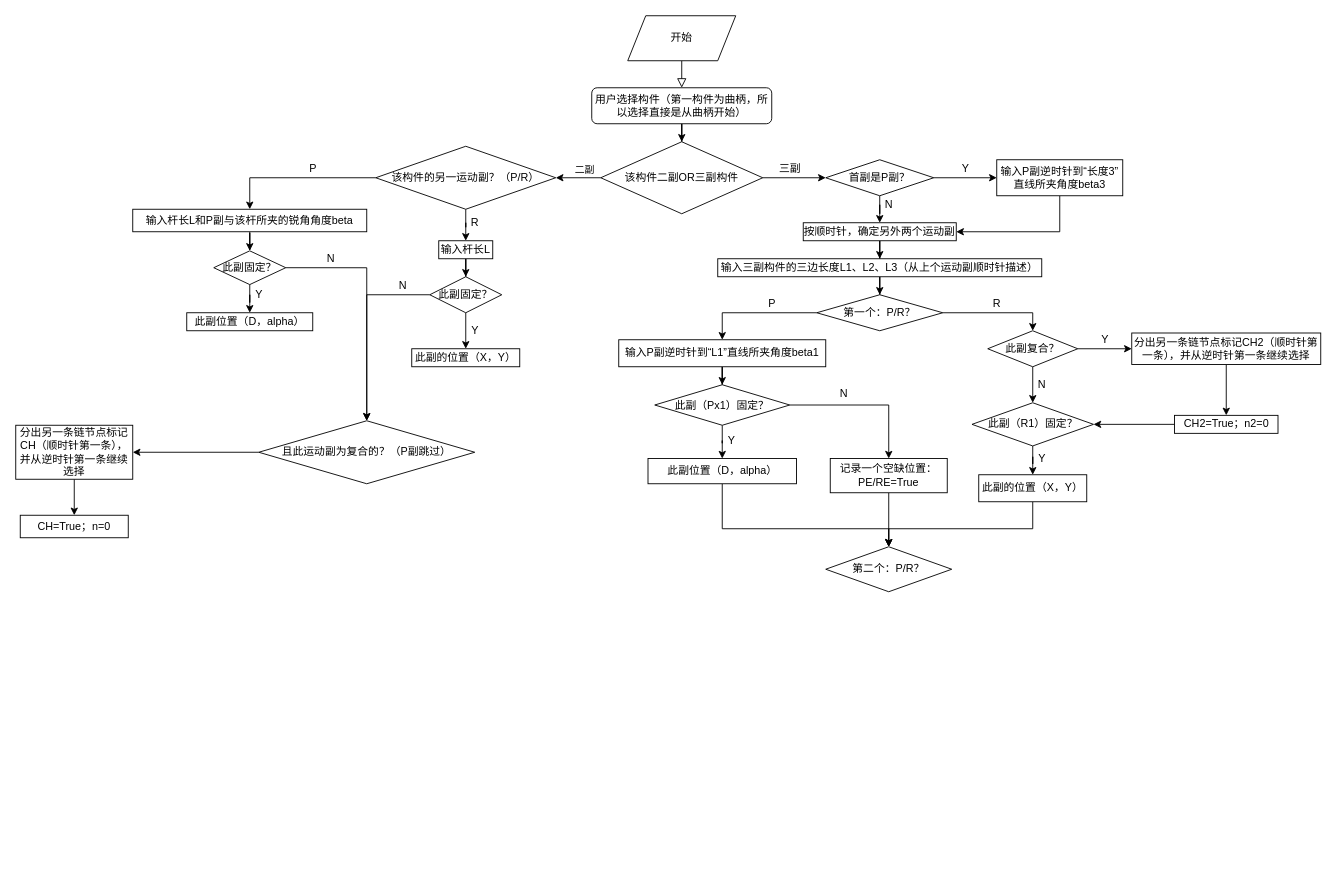
XAVI-Hu/Automatic-modeling-of-CAD-variation-geometry keeps this draw.io diagram as Untitled Diagram.drawio. Above is the earlier version. Source tidied: cells renumbered, new cells numbered last; positions are measured from the earlier drawing's top-left corner, leaving out a move shared by most shapes. Both pictures are drawn from the tidied source at 90%, with x=0, y=0 at pixel (15, 15).
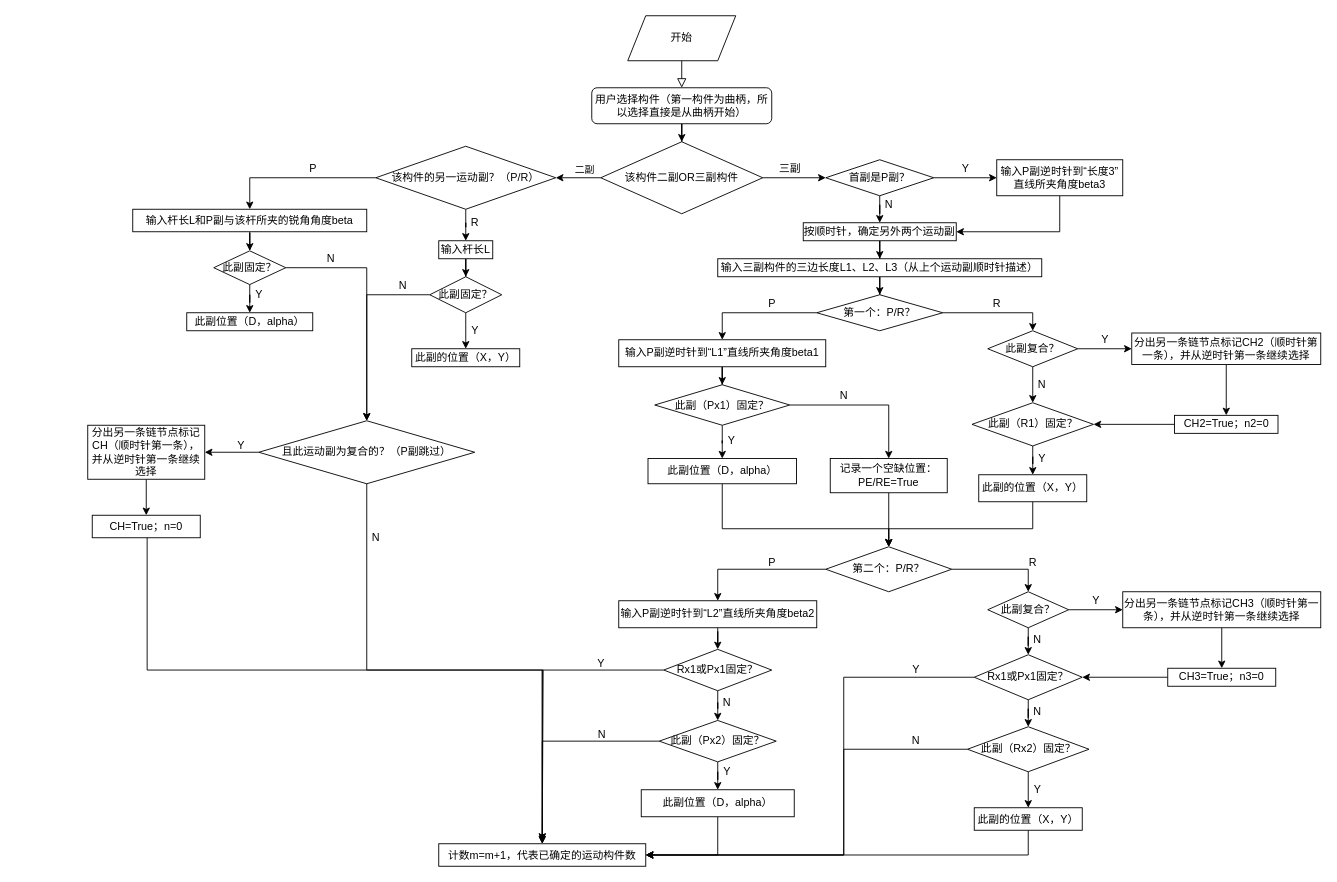
After the change.

The change refers to these unchanged cells:
```xml
<mxCell id="78" value="第二个：P/R？" style="rhombus;whiteSpace=wrap;html=1;rounded=0;" parent="1" vertex="1">
  <mxGeometry x="900" y="590" width="140" height="50" as="geometry" />
</mxCell>
```

Change to the diagram source:
```diff
@@
+    <mxCell id="81" style="edgeStyle=orthogonalEdgeStyle;rounded=0;orthogonalLoop=1;jettySize=auto;html=1;exitX=0.5;exitY=1;exitDx=0;exitDy=0;entryX=0.5;entryY=0;entryDx=0;entryDy=0;" parent="1" edge="1">
+      <mxGeometry relative="1" as="geometry">
+        <mxPoint x="390" y="517" as="sourcePoint" />
+        <mxPoint x="585" y="917" as="targetPoint" />
+        <Array as="points">
+          <mxPoint x="390" y="727" />
+          <mxPoint x="585" y="727" />
+        </Array>
+      </mxGeometry>
+    </mxCell>
@@
     <mxCell id="48" value="分出另一条链节点标记CH（顺时针第一条），并从逆时针第一条继续选择" style="whiteSpace=wrap;html=1;" parent="1" vertex="1">
-      <mxGeometry y="455" width="130" height="60" as="geometry" />
+      <mxGeometry x="80" y="455" width="130" height="60" as="geometry" />
     </mxCell>
+    <mxCell id="82" style="edgeStyle=orthogonalEdgeStyle;rounded=0;orthogonalLoop=1;jettySize=auto;html=1;exitX=0.5;exitY=1;exitDx=0;exitDy=0;entryX=0.5;entryY=0;entryDx=0;entryDy=0;" parent="1" edge="1">
+      <mxGeometry relative="1" as="geometry">
+        <mxPoint x="146" y="577" as="sourcePoint" />
+        <mxPoint x="585" y="917" as="targetPoint" />
+        <Array as="points">
+          <mxPoint x="146" y="727" />
+          <mxPoint x="586" y="727" />
+        </Array>
+      </mxGeometry>
+    </mxCell>
     <mxCell id="49" value="CH=True；n=0" style="whiteSpace=wrap;html=1;" parent="1" vertex="1">
-      <mxGeometry x="5" y="555" width="120" height="25" as="geometry" />
+      <mxGeometry x="85" y="555" width="120" height="25" as="geometry" />
     </mxCell>
@@
     <mxCell id="68" value="N" style="text;html=1;align=center;verticalAlign=middle;" parent="1" vertex="1">
-      <mxGeometry x="910" y="410" width="20" height="20" as="geometry" />
+      <mxGeometry x="910" y="412" width="20" height="20" as="geometry" />
     </mxCell>
@@
+    <mxCell id="83" style="edgeStyle=orthogonalEdgeStyle;rounded=0;jettySize=auto;html=1;" parent="1" edge="1" source="78" target="86">
+      <mxGeometry relative="1" as="geometry" />
+    </mxCell>
+    <mxCell id="84" style="edgeStyle=orthogonalEdgeStyle;rounded=0;jettySize=auto;html=1;entryX=0.5;entryY=0;entryDx=0;entryDy=0;" parent="1" edge="1" source="78" target="90">
+      <mxGeometry relative="1" as="geometry" />
+    </mxCell>
@@
+    <mxCell id="85" style="edgeStyle=orthogonalEdgeStyle;rounded=0;jettySize=auto;html=1;" parent="1" edge="1" source="86" target="111">
+      <mxGeometry relative="1" as="geometry" />
+    </mxCell>
+    <mxCell id="86" value="输入P副逆时针到“L2”直线所夹角度beta2" style="whiteSpace=wrap;html=1;rounded=0;" parent="1" vertex="1">
+      <mxGeometry x="670" y="650" width="220" height="30" as="geometry" />
+    </mxCell>
+    <mxCell id="87" value="P" style="text;html=1;align=center;verticalAlign=middle;" parent="1" vertex="1">
+      <mxGeometry x="830" y="598" width="20" height="20" as="geometry" />
+    </mxCell>
+    <mxCell id="88" style="edgeStyle=orthogonalEdgeStyle;rounded=0;jettySize=auto;html=1;" parent="1" edge="1" source="90" target="93">
+      <mxGeometry relative="1" as="geometry" />
+    </mxCell>
+    <mxCell id="89" style="edgeStyle=orthogonalEdgeStyle;rounded=0;jettySize=auto;html=1;" parent="1" edge="1" source="90" target="98">
+      <mxGeometry relative="1" as="geometry" />
+    </mxCell>
+    <mxCell id="90" value="此副复合？" style="rhombus;whiteSpace=wrap;html=1;rounded=0;" parent="1" vertex="1">
+      <mxGeometry x="1080" y="640" width="90" height="40" as="geometry" />
+    </mxCell>
+    <mxCell id="91" value="R" style="text;html=1;align=center;verticalAlign=middle;" parent="1" vertex="1">
+      <mxGeometry x="1120" y="598" width="20" height="20" as="geometry" />
+    </mxCell>
+    <mxCell id="92" style="edgeStyle=orthogonalEdgeStyle;rounded=0;jettySize=auto;html=1;" parent="1" edge="1" source="93" target="95">
+      <mxGeometry relative="1" as="geometry" />
+    </mxCell>
+    <mxCell id="93" value="分出另一条链节点标记CH3（顺时针第一条），并从逆时针第一条继续选择" style="whiteSpace=wrap;html=1;rounded=0;" parent="1" vertex="1">
+      <mxGeometry x="1230" y="640" width="220" height="40" as="geometry" />
+    </mxCell>
+    <mxCell id="94" style="edgeStyle=orthogonalEdgeStyle;rounded=0;jettySize=auto;html=1;exitX=0;exitY=0.5;exitDx=0;exitDy=0;entryX=1;entryY=0.5;entryDx=0;entryDy=0;" parent="1" edge="1" source="95" target="98">
+      <mxGeometry relative="1" as="geometry" />
+    </mxCell>
+    <mxCell id="95" value="CH3=True；n3=0" style="whiteSpace=wrap;html=1;rounded=0;" parent="1" vertex="1">
+      <mxGeometry x="1280" y="725" width="120" height="20" as="geometry" />
+    </mxCell>
+    <mxCell id="96" style="edgeStyle=orthogonalEdgeStyle;rounded=0;jettySize=auto;html=1;" parent="1" edge="1" source="98" target="103">
+      <mxGeometry relative="1" as="geometry" />
+    </mxCell>
+    <mxCell id="97" style="edgeStyle=orthogonalEdgeStyle;rounded=0;jettySize=auto;html=1;exitX=0;exitY=0.5;exitDx=0;exitDy=0;entryX=1;entryY=0.5;entryDx=0;entryDy=0;" parent="1" edge="1" source="98" target="108">
+      <mxGeometry relative="1" as="geometry">
+        <Array as="points">
+          <mxPoint x="920" y="735" />
+          <mxPoint x="920" y="933" />
+        </Array>
+      </mxGeometry>
+    </mxCell>
+    <mxCell id="98" value="Rx1或Px1固定？" style="rhombus;whiteSpace=wrap;html=1;rounded=0;" parent="1" vertex="1">
+      <mxGeometry x="1065" y="710" width="120" height="50" as="geometry" />
+    </mxCell>
+    <mxCell id="99" value="Y" style="text;html=1;align=center;verticalAlign=middle;" parent="1" vertex="1">
+      <mxGeometry x="1190" y="640" width="20" height="20" as="geometry" />
+    </mxCell>
+    <mxCell id="100" value="N" style="text;html=1;align=center;verticalAlign=middle;" parent="1" vertex="1">
+      <mxGeometry x="1125" y="684" width="20" height="20" as="geometry" />
+    </mxCell>
+    <mxCell id="101" style="edgeStyle=orthogonalEdgeStyle;rounded=0;jettySize=auto;html=1;" parent="1" edge="1" source="103" target="106">
+      <mxGeometry relative="1" as="geometry" />
+    </mxCell>
+    <mxCell id="102" style="edgeStyle=orthogonalEdgeStyle;rounded=0;jettySize=auto;html=1;exitX=0;exitY=0.5;exitDx=0;exitDy=0;entryX=1;entryY=0.5;entryDx=0;entryDy=0;" parent="1" edge="1" source="103" target="108">
+      <mxGeometry relative="1" as="geometry">
+        <Array as="points">
+          <mxPoint x="920" y="815" />
+          <mxPoint x="920" y="933" />
+        </Array>
+      </mxGeometry>
+    </mxCell>
+    <mxCell id="103" value="此副（Rx2）固定？" style="rhombus;whiteSpace=wrap;html=1;rounded=0;" parent="1" vertex="1">
+      <mxGeometry x="1057.5" y="790" width="135" height="50" as="geometry" />
+    </mxCell>
+    <mxCell id="104" value="N" style="text;html=1;align=center;verticalAlign=middle;" parent="1" vertex="1">
+      <mxGeometry x="1125" y="763" width="20" height="20" as="geometry" />
+    </mxCell>
+    <mxCell id="105" style="edgeStyle=orthogonalEdgeStyle;rounded=0;jettySize=auto;html=1;exitX=0.5;exitY=1;exitDx=0;exitDy=0;entryX=1;entryY=0.5;entryDx=0;entryDy=0;" parent="1" edge="1" source="106" target="108">
+      <mxGeometry relative="1" as="geometry" />
+    </mxCell>
+    <mxCell id="106" value="此副的位置（X，Y）" style="whiteSpace=wrap;html=1;rounded=0;" parent="1" vertex="1">
+      <mxGeometry x="1065" y="880" width="120" height="25" as="geometry" />
+    </mxCell>
+    <mxCell id="107" value="Y" style="text;html=1;align=center;verticalAlign=middle;" parent="1" vertex="1">
+      <mxGeometry x="1125" y="850" width="20" height="20" as="geometry" />
+    </mxCell>
+    <mxCell id="108" value="计数m=m+1，代表已确定的运动构件数" style="whiteSpace=wrap;html=1;" parent="1" vertex="1">
+      <mxGeometry x="470" y="920" width="230" height="25" as="geometry" />
+    </mxCell>
+    <mxCell id="109" style="edgeStyle=orthogonalEdgeStyle;rounded=0;jettySize=auto;html=1;" parent="1" edge="1" source="111" target="114">
+      <mxGeometry relative="1" as="geometry" />
+    </mxCell>
+    <mxCell id="110" style="edgeStyle=orthogonalEdgeStyle;rounded=0;jettySize=auto;html=1;exitX=0;exitY=0.5;exitDx=0;exitDy=0;entryX=0.5;entryY=0;entryDx=0;entryDy=0;" parent="1" edge="1" source="111" target="108">
+      <mxGeometry relative="1" as="geometry" />
+    </mxCell>
+    <mxCell id="111" value="Rx1或Px1固定？" style="rhombus;whiteSpace=wrap;html=1;rounded=0;" parent="1" vertex="1">
+      <mxGeometry x="720" y="704" width="120" height="46" as="geometry" />
+    </mxCell>
+    <mxCell id="112" style="edgeStyle=orthogonalEdgeStyle;rounded=0;jettySize=auto;html=1;" parent="1" edge="1" source="114" target="117">
+      <mxGeometry relative="1" as="geometry" />
+    </mxCell>
+    <mxCell id="113" style="edgeStyle=orthogonalEdgeStyle;rounded=0;jettySize=auto;html=1;exitX=0;exitY=0.5;exitDx=0;exitDy=0;entryX=0.5;entryY=0;entryDx=0;entryDy=0;" parent="1" edge="1" source="114" target="108">
+      <mxGeometry relative="1" as="geometry" />
+    </mxCell>
+    <mxCell id="114" value="此副（Px2）固定？" style="rhombus;whiteSpace=wrap;html=1;rounded=0;" parent="1" vertex="1">
+      <mxGeometry x="715" y="783" width="130" height="46" as="geometry" />
+    </mxCell>
+    <mxCell id="115" value="N" style="text;html=1;align=center;verticalAlign=middle;" parent="1" vertex="1">
+      <mxGeometry x="780" y="754" width="20" height="20" as="geometry" />
+    </mxCell>
+    <mxCell id="116" style="edgeStyle=orthogonalEdgeStyle;rounded=0;jettySize=auto;html=1;exitX=0.5;exitY=1;exitDx=0;exitDy=0;entryX=1;entryY=0.5;entryDx=0;entryDy=0;" parent="1" edge="1" source="117" target="108">
+      <mxGeometry relative="1" as="geometry" />
+    </mxCell>
+    <mxCell id="117" value="此副位置（D，alpha）" style="whiteSpace=wrap;html=1;rounded=0;" parent="1" vertex="1">
+      <mxGeometry x="695" y="860" width="170" height="30" as="geometry" />
+    </mxCell>
+    <mxCell id="118" value="Y" style="text;html=1;align=center;verticalAlign=middle;" parent="1" vertex="1">
+      <mxGeometry x="780" y="830" width="20" height="20" as="geometry" />
+    </mxCell>
+    <mxCell id="119" value="Y" style="text;html=1;align=center;verticalAlign=middle;" parent="1" vertex="1">
+      <mxGeometry x="640" y="710" width="20" height="20" as="geometry" />
+    </mxCell>
+    <mxCell id="120" value="N" style="text;html=1;align=center;verticalAlign=middle;" parent="1" vertex="1">
+      <mxGeometry x="641" y="789" width="20" height="20" as="geometry" />
+    </mxCell>
+    <mxCell id="121" value="Y" style="text;html=1;align=center;verticalAlign=middle;" parent="1" vertex="1">
+      <mxGeometry x="990" y="717" width="20" height="20" as="geometry" />
+    </mxCell>
+    <mxCell id="122" value="N" style="text;html=1;align=center;verticalAlign=middle;" parent="1" vertex="1">
+      <mxGeometry x="990" y="796" width="20" height="20" as="geometry" />
+    </mxCell>
+    <mxCell id="123" value="Y" style="text;html=1;align=center;verticalAlign=middle;" parent="1" vertex="1">
+      <mxGeometry x="240" y="468" width="20" height="20" as="geometry" />
+    </mxCell>
+    <mxCell id="124" value="N" style="text;html=1;align=center;verticalAlign=middle;" parent="1" vertex="1">
+      <mxGeometry x="390" y="570" width="20" height="20" as="geometry" />
+    </mxCell>
```
